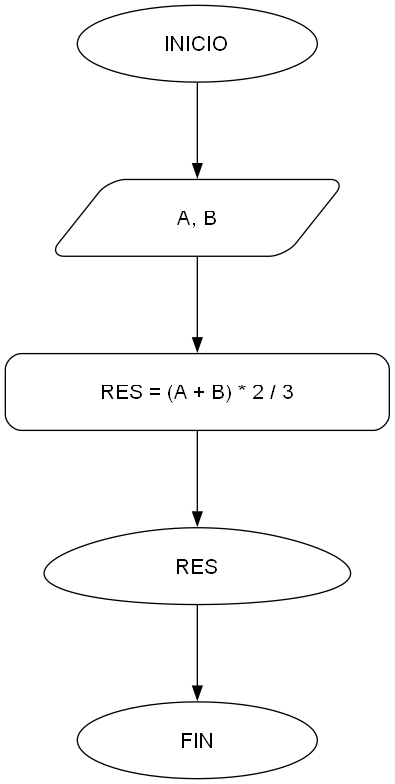
23Leilany166/java-tutor-tics- keeps this Graphviz diagram as Leilany_Aislinn_Sanchez_Reyes/Diagrama/Diagrama1_7.png. Above is the earlier version. Its source is kept beside it as Leilany_Aislinn_Sanchez_Reyes/Diagrama/Diagrama1_7.dot.
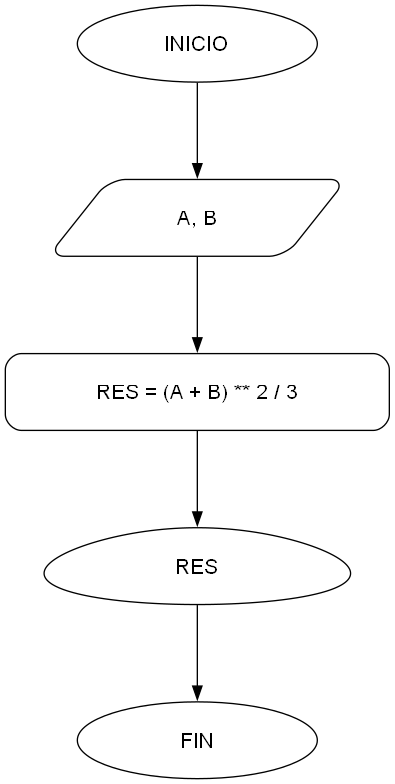
The same file after the commit.

Diff of the diagram source:
```diff
@@ -8,7 +8,7 @@
 
     entrada [shape=parallelogram, label="A, B", width=3];
 
-    proceso [shape=box, label="RES = (A + B) * 2 / 3", width=4];
+    proceso [shape=box, label="RES = (A + B) ** 2 / 3", width=4];
 
     salida [shape=egg, label="RES", width=3];
 
```
